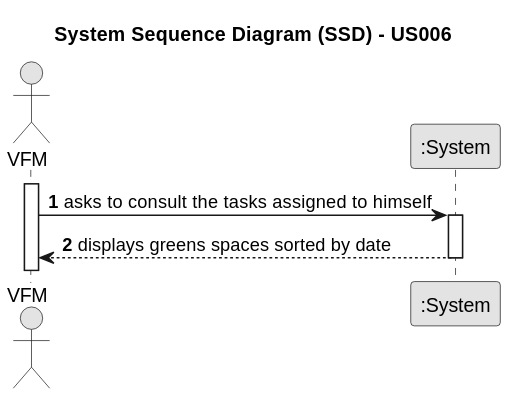
Before: docs/sprintC/us028/01.requirements-engineering/svg/us028-system-sequence-diagram-alternative-one.svg, a diagram exported from PlantUML (ricardomm7/leaflink).
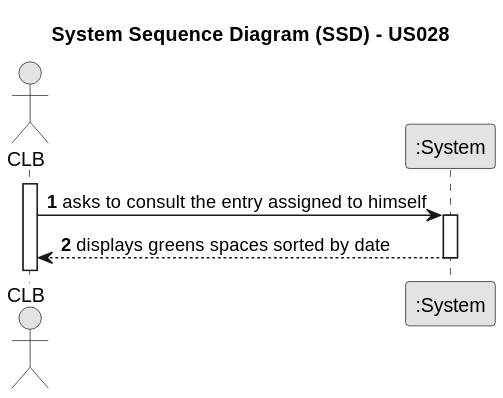
Above is the later version.

What changed in the source:
```diff
@@ -3,18 +3,18 @@
 skinparam packageStyle rectangle
 skinparam shadowing false
 
-title System Sequence Diagram (SSD) - US006
+title System Sequence Diagram (SSD) - US028
 
 autonumber
 
-actor "VFM" as VFM
+actor "CLB" as CLB
 participant ":System" as System
 
-activate VFM
+activate CLB
 
-    VFM -> System : asks to consult the tasks assigned to himself
+    CLB -> System : asks to consult the entry assigned to himself
     activate System
 
-        System --> VFM : displays greens spaces sorted by date
+        System --> CLB : displays greens spaces sorted by date
     deactivate System
 @enduml
```
